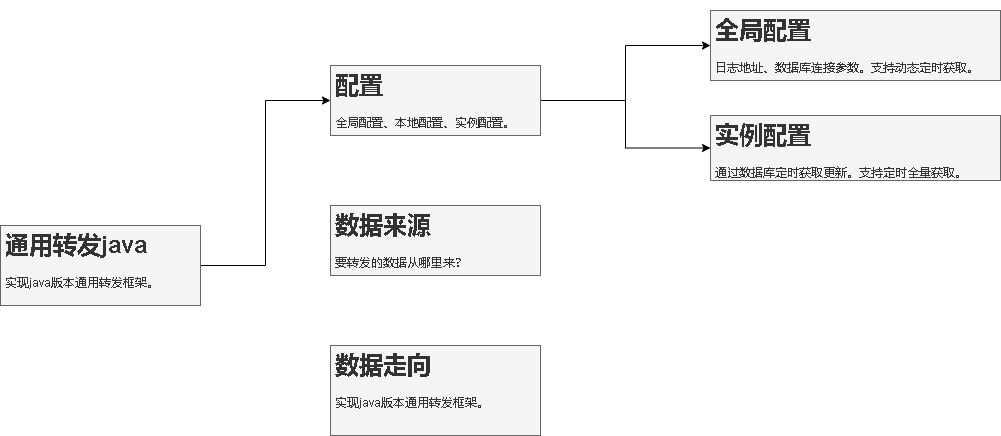
Before: 通用转发java.drawio.png, a diagram exported from draw.io (xktder/draw). Source tidied: cells renumbered, new cells last; positions are measured from the earlier drawing's top-left corner, leaving out a move shared by most shapes. Source of this version:
```xml
<mxGraphModel>
  <root>
    <mxCell id="0" />
    <mxCell id="1" parent="0" />
    <mxCell id="2" style="edgeStyle=orthogonalEdgeStyle;rounded=0;jettySize=auto;html=1;entryX=0;entryY=0.5;entryDx=0;entryDy=0;" parent="1" edge="1" source="3" target="6">
      <mxGeometry relative="1" as="geometry" />
    </mxCell>
    <mxCell id="3" value="&lt;h1&gt;通用转发java&lt;/h1&gt;&lt;p&gt;实现java版本通用转发框架。&lt;/p&gt;" style="text;html=1;spacing=5;spacingTop=-20;whiteSpace=wrap;overflow=hidden;rounded=0;fillColor=#f5f5f5;fontColor=#333333;strokeColor=#666666;" parent="1" vertex="1">
      <mxGeometry y="215" width="200" height="80" as="geometry" />
    </mxCell>
    <mxCell id="4" style="edgeStyle=orthogonalEdgeStyle;rounded=0;jettySize=auto;html=1;" parent="1" edge="1" source="6" target="9">
      <mxGeometry relative="1" as="geometry" />
    </mxCell>
    <mxCell id="5" style="edgeStyle=orthogonalEdgeStyle;rounded=0;jettySize=auto;html=1;" parent="1" edge="1" source="6" target="10">
      <mxGeometry relative="1" as="geometry" />
    </mxCell>
    <mxCell id="6" value="&lt;h1&gt;配置&lt;/h1&gt;&lt;p&gt;全局配置、本地配置、实例配置。&lt;/p&gt;" style="text;html=1;spacing=5;spacingTop=-20;whiteSpace=wrap;overflow=hidden;rounded=0;fillColor=#f5f5f5;fontColor=#333333;strokeColor=#666666;" parent="1" vertex="1">
      <mxGeometry x="330" y="55" width="210" height="70" as="geometry" />
    </mxCell>
    <mxCell id="7" value="&lt;h1&gt;数据来源&lt;/h1&gt;&lt;p&gt;要转发的数据从哪里来？&lt;/p&gt;" style="text;html=1;spacing=5;spacingTop=-20;whiteSpace=wrap;overflow=hidden;rounded=0;fillColor=#f5f5f5;fontColor=#333333;strokeColor=#666666;" parent="1" vertex="1">
      <mxGeometry x="330" y="195" width="210" height="70" as="geometry" />
    </mxCell>
    <mxCell id="8" value="&lt;h1&gt;数据走向&lt;/h1&gt;&lt;p&gt;实现java版本通用转发框架。&lt;/p&gt;" style="text;html=1;spacing=5;spacingTop=-20;whiteSpace=wrap;overflow=hidden;rounded=0;fillColor=#f5f5f5;fontColor=#333333;strokeColor=#666666;" parent="1" vertex="1">
      <mxGeometry x="330" y="335" width="210" height="90" as="geometry" />
    </mxCell>
    <mxCell id="9" value="&lt;h1&gt;全局配置&lt;/h1&gt;&lt;p&gt;日志地址、数据库连接参数。支持动态定时获取。&lt;/p&gt;" style="text;html=1;spacing=5;spacingTop=-20;whiteSpace=wrap;overflow=hidden;rounded=0;fillColor=#f5f5f5;fontColor=#333333;strokeColor=#666666;" parent="1" vertex="1">
      <mxGeometry x="710" width="290" height="70" as="geometry" />
    </mxCell>
    <mxCell id="10" value="&lt;h1&gt;实例配置&lt;/h1&gt;&lt;p&gt;通过数据库定时获取更新。支持定时全量获取。&lt;/p&gt;" style="text;html=1;spacing=5;spacingTop=-20;whiteSpace=wrap;overflow=hidden;rounded=0;fillColor=#f5f5f5;fontColor=#333333;strokeColor=#666666;" parent="1" vertex="1">
      <mxGeometry x="710" y="105" width="290" height="65" as="geometry" />
    </mxCell>
  </root>
</mxGraphModel>
```
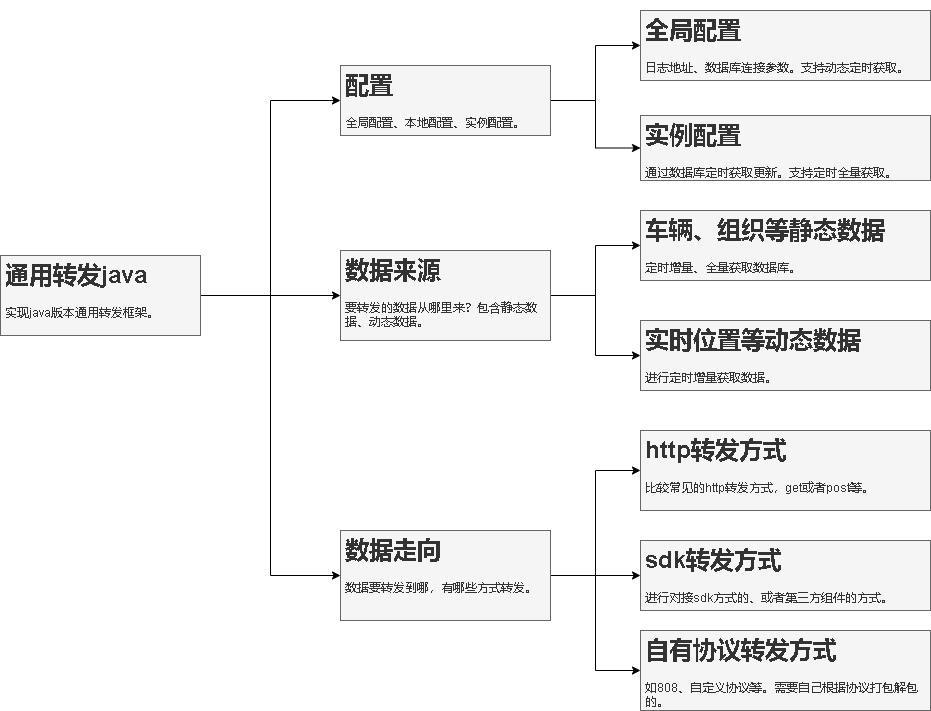
The same diagram one commit later.

Commit message:
更新通用转发java.drawio.png

The edit, as a diff of the source:
```diff
@@ -5,8 +5,14 @@
     <mxCell id="2" style="edgeStyle=orthogonalEdgeStyle;rounded=0;jettySize=auto;html=1;entryX=0;entryY=0.5;entryDx=0;entryDy=0;" parent="1" edge="1" source="3" target="6">
       <mxGeometry relative="1" as="geometry" />
     </mxCell>
+    <mxCell id="11" style="edgeStyle=orthogonalEdgeStyle;rounded=0;jettySize=auto;html=1;entryX=0;entryY=0.5;entryDx=0;entryDy=0;" parent="1" edge="1" source="3" target="7">
+      <mxGeometry relative="1" as="geometry" />
+    </mxCell>
+    <mxCell id="12" style="edgeStyle=orthogonalEdgeStyle;rounded=0;jettySize=auto;html=1;entryX=0;entryY=0.5;entryDx=0;entryDy=0;" parent="1" edge="1" source="3" target="8">
+      <mxGeometry relative="1" as="geometry" />
+    </mxCell>
     <mxCell id="3" value="&lt;h1&gt;通用转发java&lt;/h1&gt;&lt;p&gt;实现java版本通用转发框架。&lt;/p&gt;" style="text;html=1;spacing=5;spacingTop=-20;whiteSpace=wrap;overflow=hidden;rounded=0;fillColor=#f5f5f5;fontColor=#333333;strokeColor=#666666;" parent="1" vertex="1">
-      <mxGeometry y="215" width="200" height="80" as="geometry" />
+      <mxGeometry x="-10" y="245" width="200" height="80" as="geometry" />
     </mxCell>
     <mxCell id="4" style="edgeStyle=orthogonalEdgeStyle;rounded=0;jettySize=auto;html=1;" parent="1" edge="1" source="6" target="9">
       <mxGeometry relative="1" as="geometry" />
@@ -17,17 +23,47 @@
     <mxCell id="6" value="&lt;h1&gt;配置&lt;/h1&gt;&lt;p&gt;全局配置、本地配置、实例配置。&lt;/p&gt;" style="text;html=1;spacing=5;spacingTop=-20;whiteSpace=wrap;overflow=hidden;rounded=0;fillColor=#f5f5f5;fontColor=#333333;strokeColor=#666666;" parent="1" vertex="1">
       <mxGeometry x="330" y="55" width="210" height="70" as="geometry" />
     </mxCell>
+    <mxCell id="13" style="edgeStyle=orthogonalEdgeStyle;rounded=0;jettySize=auto;html=1;" parent="1" edge="1" source="7" target="18">
+      <mxGeometry relative="1" as="geometry" />
+    </mxCell>
+    <mxCell id="14" style="edgeStyle=orthogonalEdgeStyle;rounded=0;jettySize=auto;html=1;entryX=0;entryY=0.5;entryDx=0;entryDy=0;" parent="1" edge="1" source="7" target="19">
+      <mxGeometry relative="1" as="geometry" />
+    </mxCell>
-    <mxCell id="7" value="&lt;h1&gt;数据来源&lt;/h1&gt;&lt;p&gt;要转发的数据从哪里来？&lt;/p&gt;" style="text;html=1;spacing=5;spacingTop=-20;whiteSpace=wrap;overflow=hidden;rounded=0;fillColor=#f5f5f5;fontColor=#333333;strokeColor=#666666;" parent="1" vertex="1">
-      <mxGeometry x="330" y="195" width="210" height="70" as="geometry" />
+    <mxCell id="7" value="&lt;h1&gt;数据来源&lt;/h1&gt;&lt;p&gt;要转发的数据从哪里来？包含静态数据、动态数据。&lt;/p&gt;" style="text;html=1;spacing=5;spacingTop=-20;whiteSpace=wrap;overflow=hidden;rounded=0;fillColor=#f5f5f5;fontColor=#333333;strokeColor=#666666;" parent="1" vertex="1">
+      <mxGeometry x="330" y="240" width="210" height="90" as="geometry" />
     </mxCell>
+    <mxCell id="15" style="edgeStyle=orthogonalEdgeStyle;rounded=0;jettySize=auto;html=1;" parent="1" edge="1" source="8" target="21">
+      <mxGeometry relative="1" as="geometry" />
+    </mxCell>
+    <mxCell id="16" style="edgeStyle=orthogonalEdgeStyle;rounded=0;jettySize=auto;html=1;entryX=0;entryY=0.5;entryDx=0;entryDy=0;" parent="1" edge="1" source="8" target="22">
+      <mxGeometry relative="1" as="geometry" />
+    </mxCell>
+    <mxCell id="17" style="edgeStyle=orthogonalEdgeStyle;rounded=0;jettySize=auto;html=1;entryX=0;entryY=0.5;entryDx=0;entryDy=0;" parent="1" edge="1" source="8" target="20">
+      <mxGeometry relative="1" as="geometry" />
+    </mxCell>
-    <mxCell id="8" value="&lt;h1&gt;数据走向&lt;/h1&gt;&lt;p&gt;实现java版本通用转发框架。&lt;/p&gt;" style="text;html=1;spacing=5;spacingTop=-20;whiteSpace=wrap;overflow=hidden;rounded=0;fillColor=#f5f5f5;fontColor=#333333;strokeColor=#666666;" parent="1" vertex="1">
-      <mxGeometry x="330" y="335" width="210" height="90" as="geometry" />
+    <mxCell id="8" value="&lt;h1&gt;数据走向&lt;/h1&gt;&lt;div&gt;数据要转发到哪，有哪些方式转发。&lt;/div&gt;" style="text;html=1;spacing=5;spacingTop=-20;whiteSpace=wrap;overflow=hidden;rounded=0;fillColor=#f5f5f5;fontColor=#333333;strokeColor=#666666;" parent="1" vertex="1">
+      <mxGeometry x="330" y="520" width="210" height="90" as="geometry" />
     </mxCell>
     <mxCell id="9" value="&lt;h1&gt;全局配置&lt;/h1&gt;&lt;p&gt;日志地址、数据库连接参数。支持动态定时获取。&lt;/p&gt;" style="text;html=1;spacing=5;spacingTop=-20;whiteSpace=wrap;overflow=hidden;rounded=0;fillColor=#f5f5f5;fontColor=#333333;strokeColor=#666666;" parent="1" vertex="1">
-      <mxGeometry x="710" width="290" height="70" as="geometry" />
+      <mxGeometry x="630" width="290" height="70" as="geometry" />
     </mxCell>
     <mxCell id="10" value="&lt;h1&gt;实例配置&lt;/h1&gt;&lt;p&gt;通过数据库定时获取更新。支持定时全量获取。&lt;/p&gt;" style="text;html=1;spacing=5;spacingTop=-20;whiteSpace=wrap;overflow=hidden;rounded=0;fillColor=#f5f5f5;fontColor=#333333;strokeColor=#666666;" parent="1" vertex="1">
-      <mxGeometry x="710" y="105" width="290" height="65" as="geometry" />
+      <mxGeometry x="630" y="105" width="290" height="65" as="geometry" />
     </mxCell>
+    <mxCell id="18" value="&lt;h1&gt;车辆、组织等静态数据&lt;/h1&gt;&lt;p&gt;定时增量、全量获取数据库。&lt;/p&gt;" style="text;html=1;spacing=5;spacingTop=-20;whiteSpace=wrap;overflow=hidden;rounded=0;fillColor=#f5f5f5;fontColor=#333333;strokeColor=#666666;" parent="1" vertex="1">
+      <mxGeometry x="630" y="200" width="290" height="70" as="geometry" />
+    </mxCell>
+    <mxCell id="19" value="&lt;h1&gt;实时位置等动态数据&lt;/h1&gt;&lt;p&gt;进行定时增量获取数据。&lt;/p&gt;" style="text;html=1;spacing=5;spacingTop=-20;whiteSpace=wrap;overflow=hidden;rounded=0;fillColor=#f5f5f5;fontColor=#333333;strokeColor=#666666;" parent="1" vertex="1">
+      <mxGeometry x="630" y="310" width="290" height="70" as="geometry" />
+    </mxCell>
+    <mxCell id="20" value="&lt;h1&gt;http转发方式&lt;/h1&gt;&lt;div&gt;比较常见的http转发方式，get或者post等。&lt;/div&gt;" style="text;html=1;spacing=5;spacingTop=-20;whiteSpace=wrap;overflow=hidden;rounded=0;fillColor=#f5f5f5;fontColor=#333333;strokeColor=#666666;" parent="1" vertex="1">
+      <mxGeometry x="630" y="420" width="290" height="80" as="geometry" />
+    </mxCell>
+    <mxCell id="21" value="&lt;h1&gt;sdk转发方式&lt;/h1&gt;&lt;div&gt;进行对接sdk方式的、或者第三方组件的方式。&lt;/div&gt;" style="text;html=1;spacing=5;spacingTop=-20;whiteSpace=wrap;overflow=hidden;rounded=0;fillColor=#f5f5f5;fontColor=#333333;strokeColor=#666666;" parent="1" vertex="1">
+      <mxGeometry x="630" y="530" width="290" height="70" as="geometry" />
+    </mxCell>
+    <mxCell id="22" value="&lt;h1&gt;自有协议转发方式&lt;/h1&gt;&lt;div&gt;如808、自定义协议等。需要自己根据协议打包解包的。&lt;/div&gt;" style="text;html=1;spacing=5;spacingTop=-20;whiteSpace=wrap;overflow=hidden;rounded=0;fillColor=#f5f5f5;fontColor=#333333;strokeColor=#666666;" parent="1" vertex="1">
+      <mxGeometry x="630" y="620" width="290" height="80" as="geometry" />
+    </mxCell>
   </root>
 </mxGraphModel>
```
